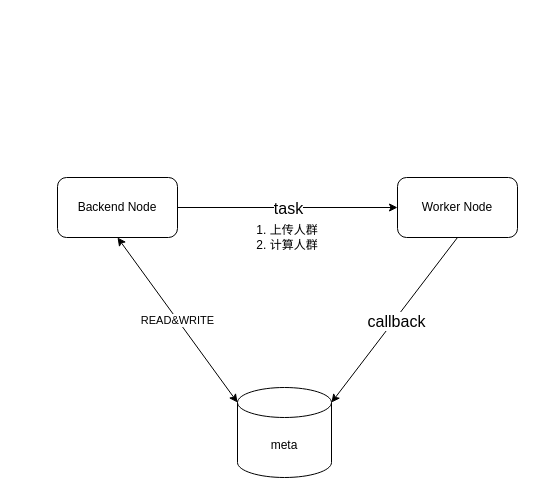
Earlier version of the draw.io diagram ak_crowd.drawio (learn2Pro/draw_io_save). Source tidied: cells renumbered, new cells numbered last; positions are measured from the earlier drawing's top-left corner, leaving out a move shared by most shapes. Both pictures are drawn from the tidied source at 100%, with x=0, y=0 at pixel (57, 177).
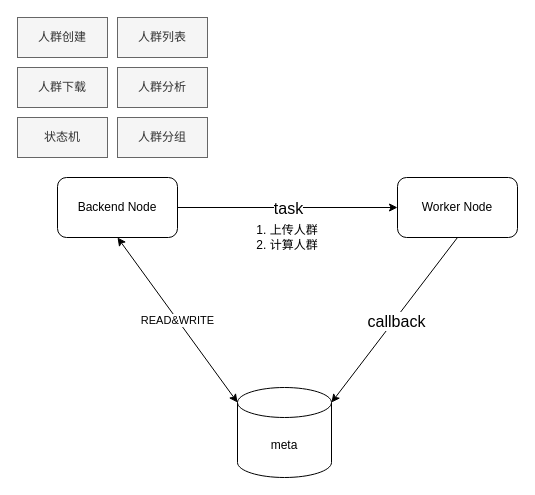
The same diagram, later.

Change to the diagram source:
```diff
@@
 <mxGraphModel>
   <root>
     <mxCell id="0" />
     <mxCell id="1" parent="0" />
     <mxCell id="2" value="Backend Node" style="rounded=1;whiteSpace=wrap;html=1;" parent="1" vertex="1">
       <mxGeometry width="120" height="60" as="geometry" />
     </mxCell>
     <mxCell id="3" value="Worker Node" style="rounded=1;whiteSpace=wrap;html=1;" parent="1" vertex="1">
       <mxGeometry x="340" width="120" height="60" as="geometry" />
     </mxCell>
     <mxCell id="4" value="meta" style="shape=cylinder3;whiteSpace=wrap;html=1;boundedLbl=1;backgroundOutline=1;size=15;" parent="1" vertex="1">
       <mxGeometry x="180" y="210" width="94" height="90" as="geometry" />
     </mxCell>
     <mxCell id="5" style="endArrow=classic;html=1;exitX=1;exitY=0.5;exitDx=0;exitDy=0;entryX=0;entryY=0.5;entryDx=0;entryDy=0;" parent="1" edge="1" source="2" target="3">
       <mxGeometry relative="1" as="geometry" />
     </mxCell>
     <mxCell id="6" value="&lt;font style=&quot;font-size: 16px&quot;&gt;task&lt;/font&gt;" style="edgeLabel;html=1;align=center;verticalAlign=middle;" parent="5" vertex="1">
       <mxGeometry relative="1" as="geometry" />
     </mxCell>
     <mxCell id="7" style="endArrow=classic;html=1;exitX=0.5;exitY=1;exitDx=0;exitDy=0;entryX=1;entryY=0;entryDx=0;entryDy=15;entryPerimeter=0;" parent="1" edge="1" source="3" target="4">
       <mxGeometry relative="1" as="geometry" />
     </mxCell>
     <mxCell id="8" value="&lt;font style=&quot;font-size: 16px&quot;&gt;callback&lt;/font&gt;" style="edgeLabel;html=1;align=center;verticalAlign=middle;" parent="7" vertex="1">
       <mxGeometry y="2" relative="1" as="geometry" />
     </mxCell>
     <mxCell id="9" value="&lt;div style=&quot;text-align: justify&quot;&gt;&lt;span&gt;1. 上传人群&lt;/span&gt;&lt;br&gt;&lt;span&gt;2. 计算人群&lt;/span&gt;&lt;br&gt;&lt;/div&gt;" style="text;html=1;strokeColor=none;fillColor=none;align=center;verticalAlign=middle;whiteSpace=wrap;rounded=0;" parent="1" vertex="1">
       <mxGeometry x="180" y="40" width="100" height="40" as="geometry" />
     </mxCell>
     <mxCell id="10" value="READ&amp;amp;WRITE" style="endArrow=classic;startArrow=classic;html=1;entryX=0.5;entryY=1;entryDx=0;entryDy=0;exitX=0;exitY=0;exitDx=0;exitDy=15;exitPerimeter=0;" parent="1" edge="1" source="4" target="2">
       <mxGeometry relative="1" as="geometry" />
     </mxCell>
+    <mxCell id="11" value="人群创建" style="rounded=0;whiteSpace=wrap;html=1;fillColor=#f5f5f5;strokeColor=#666666;fontColor=#333333;" parent="1" vertex="1">
+      <mxGeometry x="-40" y="-160" width="90" height="40" as="geometry" />
+    </mxCell>
+    <mxCell id="12" value="人群列表" style="rounded=0;whiteSpace=wrap;html=1;fillColor=#f5f5f5;strokeColor=#666666;fontColor=#333333;" parent="1" vertex="1">
+      <mxGeometry x="60" y="-160" width="90" height="40" as="geometry" />
+    </mxCell>
+    <mxCell id="13" value="人群下载" style="rounded=0;whiteSpace=wrap;html=1;fillColor=#f5f5f5;strokeColor=#666666;fontColor=#333333;" parent="1" vertex="1">
+      <mxGeometry x="-40" y="-110" width="90" height="40" as="geometry" />
+    </mxCell>
+    <mxCell id="14" value="人群分析" style="rounded=0;whiteSpace=wrap;html=1;fillColor=#f5f5f5;strokeColor=#666666;fontColor=#333333;" parent="1" vertex="1">
+      <mxGeometry x="60" y="-110" width="90" height="40" as="geometry" />
+    </mxCell>
+    <mxCell id="15" value="状态机" style="rounded=0;whiteSpace=wrap;html=1;fillColor=#f5f5f5;strokeColor=#666666;fontColor=#333333;" parent="1" vertex="1">
+      <mxGeometry x="-40" y="-60" width="90" height="40" as="geometry" />
+    </mxCell>
+    <mxCell id="16" value="人群分组" style="rounded=0;whiteSpace=wrap;html=1;fillColor=#f5f5f5;strokeColor=#666666;fontColor=#333333;" parent="1" vertex="1">
+      <mxGeometry x="60" y="-60" width="90" height="40" as="geometry" />
+    </mxCell>
   </root>
 </mxGraphModel>
```
